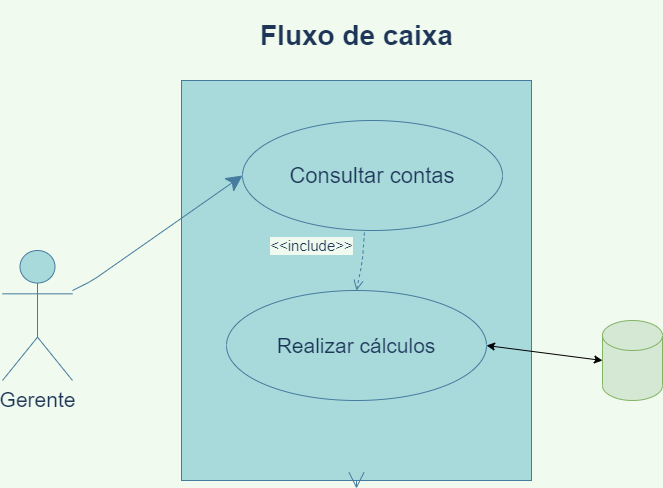
This is Fluxo de caixa.drawio.png from hinname/project-Restaurant, a draw.io export, as it was before one commit. Source tidied: cells renumbered, new cells last; positions are measured from the earlier drawing's top-left corner, leaving out a move shared by most shapes.
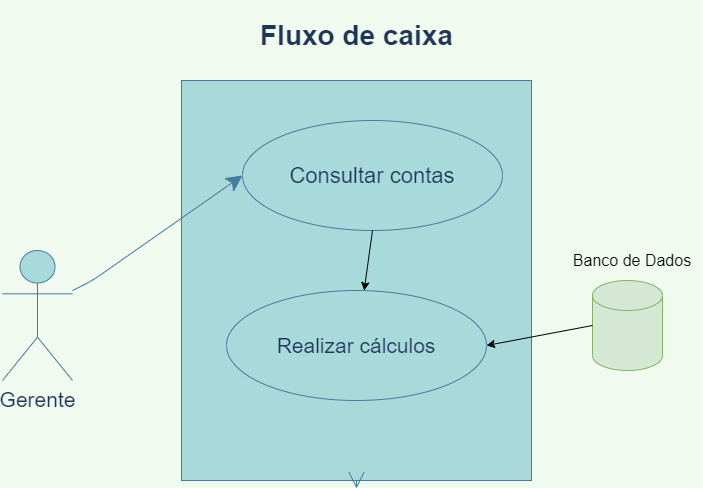
Later version of the same file.

Diff of the diagram source:
```diff
@@ -20,13 +20,6 @@
     <mxCell id="7" style="edgeStyle=none;curved=1;rounded=0;orthogonalLoop=1;jettySize=auto;html=1;exitX=0.5;exitY=1;exitDx=0;exitDy=0;endArrow=open;startSize=14;endSize=14;sourcePerimeterSpacing=8;targetPerimeterSpacing=8;labelBackgroundColor=#F1FAEE;strokeColor=#457B9D;fontColor=#1D3557;" parent="1" edge="1" source="2" target="2">
       <mxGeometry relative="1" as="geometry" />
     </mxCell>
-    <mxCell id="8" value="&lt;font style=&quot;font-size: 15px&quot;&gt;&amp;lt;&amp;lt;include&amp;gt;&amp;gt;&lt;/font&gt;" style="html=1;verticalAlign=bottom;endArrow=open;dashed=1;endSize=8;sourcePerimeterSpacing=8;targetPerimeterSpacing=8;exitX=0.469;exitY=1.018;exitDx=0;exitDy=0;labelBackgroundColor=#F1FAEE;strokeColor=#457B9D;fontColor=#1D3557;exitPerimeter=0;entryX=0.5;entryY=0;entryDx=0;entryDy=0;" parent="1" edge="1" source="5" target="6">
-      <mxGeometry x="0.19" y="-51" relative="1" as="geometry">
-        <Array as="points">
-          <mxPoint x="360" y="260" />
-        </Array>
-      </mxGeometry>
-    </mxCell>
     <mxCell id="9" style="endArrow=classic;html=1;startSize=14;endSize=14;sourcePerimeterSpacing=8;targetPerimeterSpacing=8;entryX=0;entryY=0.5;entryDx=0;entryDy=0;exitX=1;exitY=0.308;exitDx=0;exitDy=0;exitPerimeter=0;labelBackgroundColor=#F1FAEE;strokeColor=#457B9D;fontColor=#1D3557;" parent="1" edge="1" source="3" target="5">
       <mxGeometry relative="1" as="geometry">
         <Array as="points">
@@ -35,10 +28,16 @@
       </mxGeometry>
     </mxCell>
     <mxCell id="10" style="shape=cylinder3;whiteSpace=wrap;html=1;boundedLbl=1;backgroundOutline=1;size=15;fillColor=#d5e8d4;strokeColor=#82b366;" parent="1" vertex="1">
-      <mxGeometry x="600" y="320" width="60" height="80" as="geometry" />
+      <mxGeometry x="590" y="280" width="70" height="90" as="geometry" />
     </mxCell>
-    <mxCell id="11" style="endArrow=classic;startArrow=classic;html=1;entryX=0;entryY=0.5;entryDx=0;entryDy=0;entryPerimeter=0;exitX=1;exitY=0.5;exitDx=0;exitDy=0;" parent="1" edge="1" source="6" target="10">
-      <mxGeometry relative="1" as="geometry" />
-    </mxCell>
+    <mxCell id="12" value="&lt;font style=&quot;font-size: 16px&quot;&gt;Banco de Dados&lt;/font&gt;" style="text;html=1;strokeColor=none;fillColor=none;align=center;verticalAlign=middle;whiteSpace=wrap;rounded=0;" parent="1" vertex="1">
+      <mxGeometry x="560" y="250" width="140" height="20" as="geometry" />
+    </mxCell>
+    <mxCell id="8" style="endArrow=classic;html=1;exitX=0.5;exitY=1;exitDx=0;exitDy=0;" parent="1" edge="1" source="5" target="6">
+      <mxGeometry relative="1" as="geometry" />
+    </mxCell>
+    <mxCell id="13" style="endArrow=classic;html=1;entryX=1;entryY=0.5;entryDx=0;entryDy=0;exitX=0;exitY=0.5;exitDx=0;exitDy=0;exitPerimeter=0;" parent="1" edge="1" source="10" target="6">
+      <mxGeometry relative="1" as="geometry" />
+    </mxCell>
   </root>
 </mxGraphModel>
```
